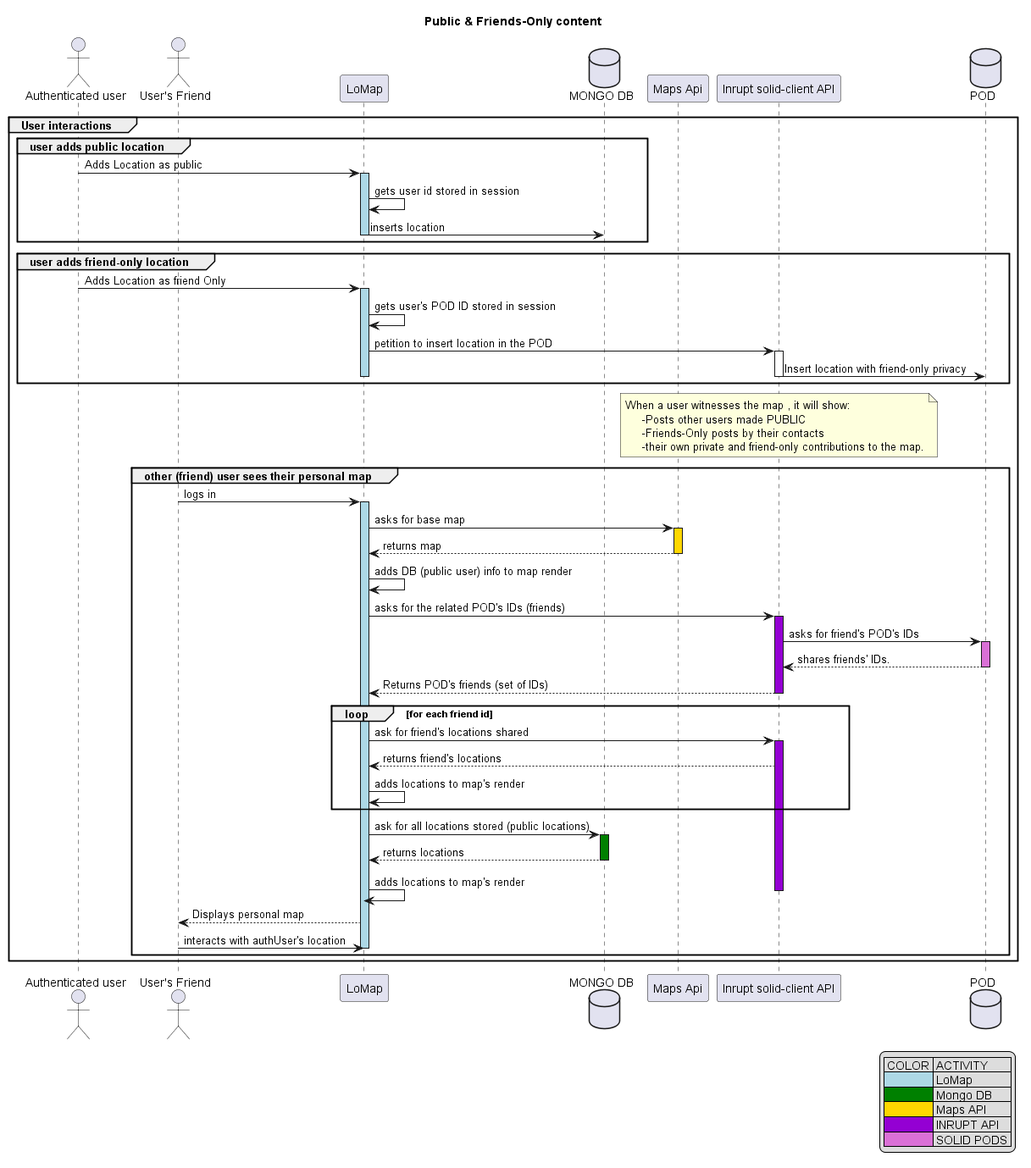
This is images/FriendsContent.png from Arquisoft/lomap_en3b, a PlantUML export, as it was before one commit. Source of this version:
```plantuml
@startuml
title  Public & Friends-Only content

actor "Authenticated user" as User
actor "User's Friend" as Friend
participant "LoMap"
database "MONGO DB" as db
participant "Maps Api" as maps
participant "Inrupt solid-client API" as InruptApi
database "POD" as pod

group User interactions
group user adds public location
    User-> LoMap: Adds Location as public
    activate LoMap #LightBlue
    LoMap-> LoMap : gets user id stored in session
    LoMap ->db: inserts location
    deactivate LoMap
end
group user adds friend-only location
    User-> LoMap: Adds Location as friend Only
    activate LoMap #LightBlue

    LoMap-> LoMap : gets user's POD ID stored in session

    LoMap -> InruptApi: petition to insert location in the POD
    activate InruptApi
    InruptApi -> pod:Insert location with friend-only privacy
    deactivate InruptApi
    deactivate LoMap

end
note over InruptApi
       When a user witnesses the map , it will show:
            -Posts other users made PUBLIC
            -Friends-Only posts by their contacts
            -their own private and friend-only contributions to the map.
    end note
group other (friend) user sees their personal map

Friend->LoMap: logs in
activate LoMap #LightBlue
LoMap-> maps: asks for base map
activate maps #gold
maps--> LoMap : returns map
deactivate maps
LoMap-> LoMap : adds DB (public user) info to map render
LoMap-> InruptApi : asks for the related POD's IDs (friends)
activate InruptApi#darkviolet
InruptApi-> pod : asks for friend's POD's IDs
activate pod #orchid
pod--> InruptApi : shares friends' IDs.
deactivate pod
InruptApi--> LoMap:Returns POD's friends (set of IDs)
deactivate InruptApi
loop for each friend id

    LoMap->InruptApi:ask for friend's locations shared
    activate InruptApi#darkviolet
    InruptApi-->LoMap: returns friend's locations
    LoMap->LoMap: adds locations to map's render
end loop
LoMap->db:ask for all locations stored (public locations)
activate db #green
db-->LoMap: returns locations
deactivate db
LoMap->LoMap: adds locations to map's render
deactivate InruptApi
LoMap --> Friend :Displays personal map
Friend->LoMap:interacts with authUser's location
deactivate LoMap
end
end
legend right
    | COLOR | ACTIVITY |
    |<#LightBlue>| LoMap |
    |<#green>| Mongo DB |
    |<#gold>| Maps API |
    |<#darkviolet>| INRUPT API |
    |<#orchid>| SOLID PODS |
endlegend

@enduml
```
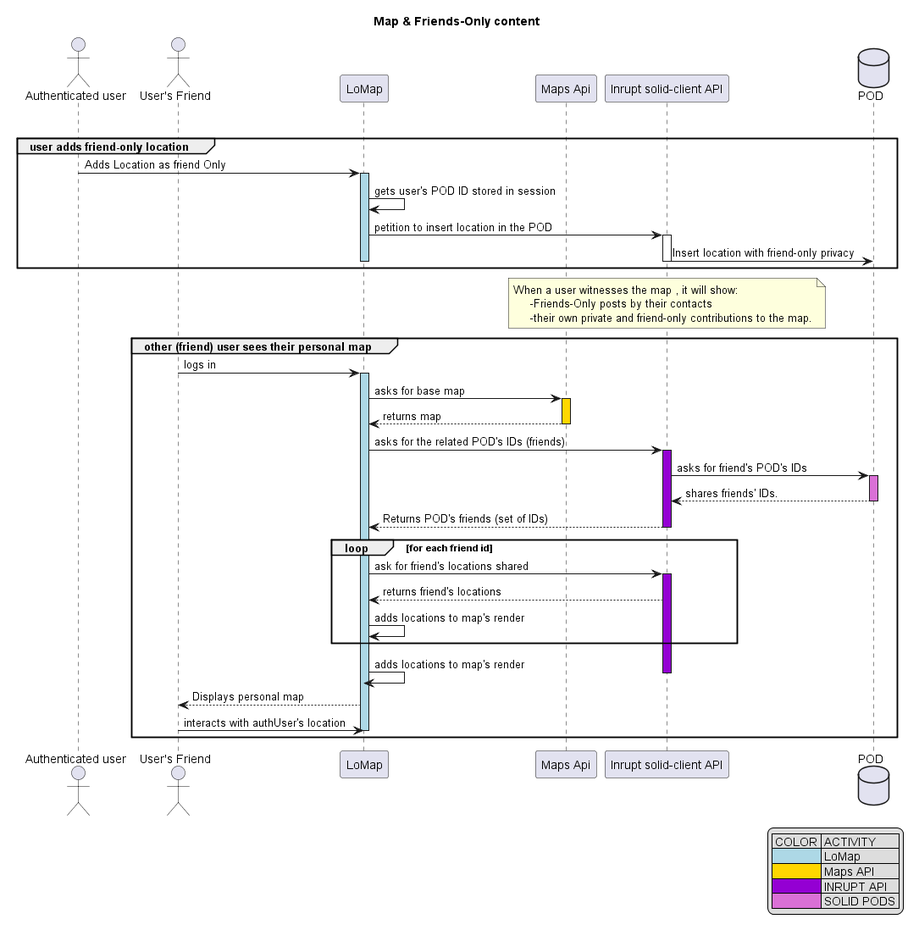
After the commit.

What changed in the source:
```diff
@@ -1,22 +1,15 @@
 @startuml
-title  Public & Friends-Only content
+title Map & Friends-Only content
 
 actor "Authenticated user" as User
 actor "User's Friend" as Friend
 participant "LoMap"
-database "MONGO DB" as db
 participant "Maps Api" as maps
 participant "Inrupt solid-client API" as InruptApi
 database "POD" as pod
 
 group User interactions
-group user adds public location
-    User-> LoMap: Adds Location as public
-    activate LoMap #LightBlue
-    LoMap-> LoMap : gets user id stored in session
-    LoMap ->db: inserts location
-    deactivate LoMap
-end
+
 group user adds friend-only location
     User-> LoMap: Adds Location as friend Only
     activate LoMap #LightBlue
@@ -32,7 +25,6 @@
 end
 note over InruptApi
        When a user witnesses the map , it will show:
-            -Posts other users made PUBLIC
             -Friends-Only posts by their contacts
             -their own private and friend-only contributions to the map.
     end note
@@ -44,7 +36,6 @@
 activate maps #gold
 maps--> LoMap : returns map
 deactivate maps
-LoMap-> LoMap : adds DB (public user) info to map render
 LoMap-> InruptApi : asks for the related POD's IDs (friends)
 activate InruptApi#darkviolet
 InruptApi-> pod : asks for friend's POD's IDs
@@ -60,21 +51,18 @@
     InruptApi-->LoMap: returns friend's locations
     LoMap->LoMap: adds locations to map's render
 end loop
-LoMap->db:ask for all locations stored (public locations)
-activate db #green
-db-->LoMap: returns locations
-deactivate db
+
+
 LoMap->LoMap: adds locations to map's render
 deactivate InruptApi
 LoMap --> Friend :Displays personal map
 Friend->LoMap:interacts with authUser's location
 deactivate LoMap
-end
+
 end
 legend right
     | COLOR | ACTIVITY |
     |<#LightBlue>| LoMap |
-    |<#green>| Mongo DB |
     |<#gold>| Maps API |
     |<#darkviolet>| INRUPT API |
     |<#orchid>| SOLID PODS |
```
